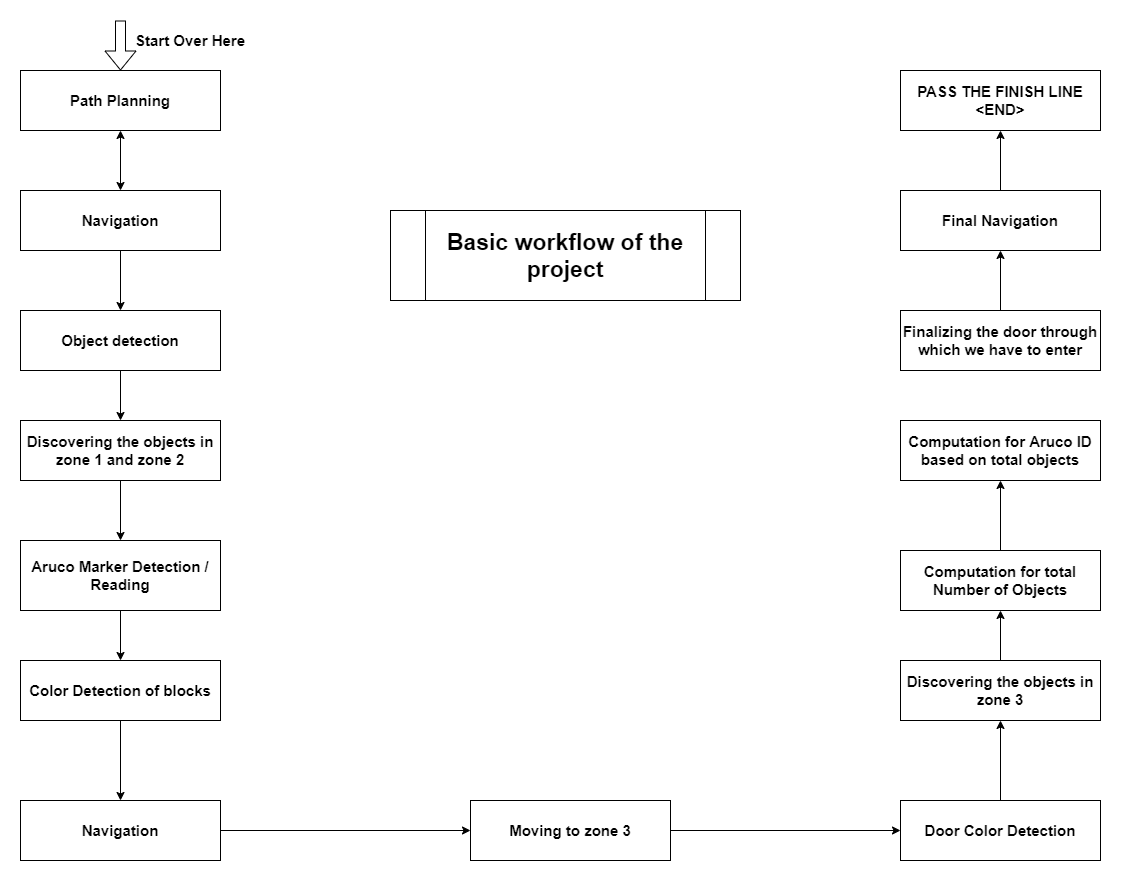
Above: images/workflow.png in sid-5/ROS_VICHESTA (draw.io), before the change. Source tidied: cells renumbered, new cells last; positions are measured from the earlier drawing's top-left corner, leaving out a move shared by most shapes.
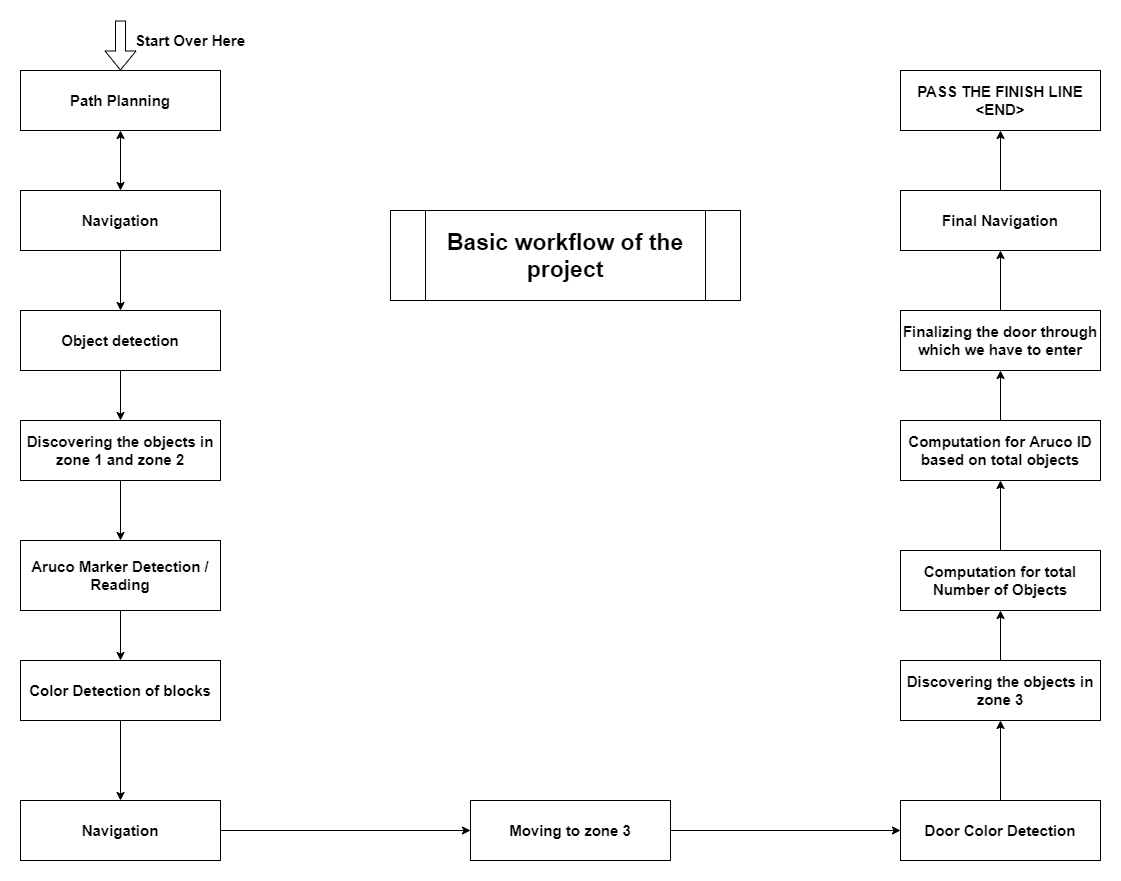
The same diagram one commit later.

Change to the diagram source:
```diff
@@ -99,5 +99,8 @@
     <mxCell id="32" style="endArrow=classic;html=1;entryX=0.5;entryY=1;entryDx=0;entryDy=0;exitX=0.5;exitY=0;exitDx=0;exitDy=0;" parent="1" edge="1" source="10" target="30">
       <mxGeometry relative="1" as="geometry" />
     </mxCell>
+    <mxCell id="33" style="endArrow=classic;html=1;entryX=0.5;entryY=1;entryDx=0;entryDy=0;exitX=0.5;exitY=0;exitDx=0;exitDy=0;" parent="1" edge="1" source="9" target="29">
+      <mxGeometry relative="1" as="geometry" />
+    </mxCell>
   </root>
 </mxGraphModel>
```
